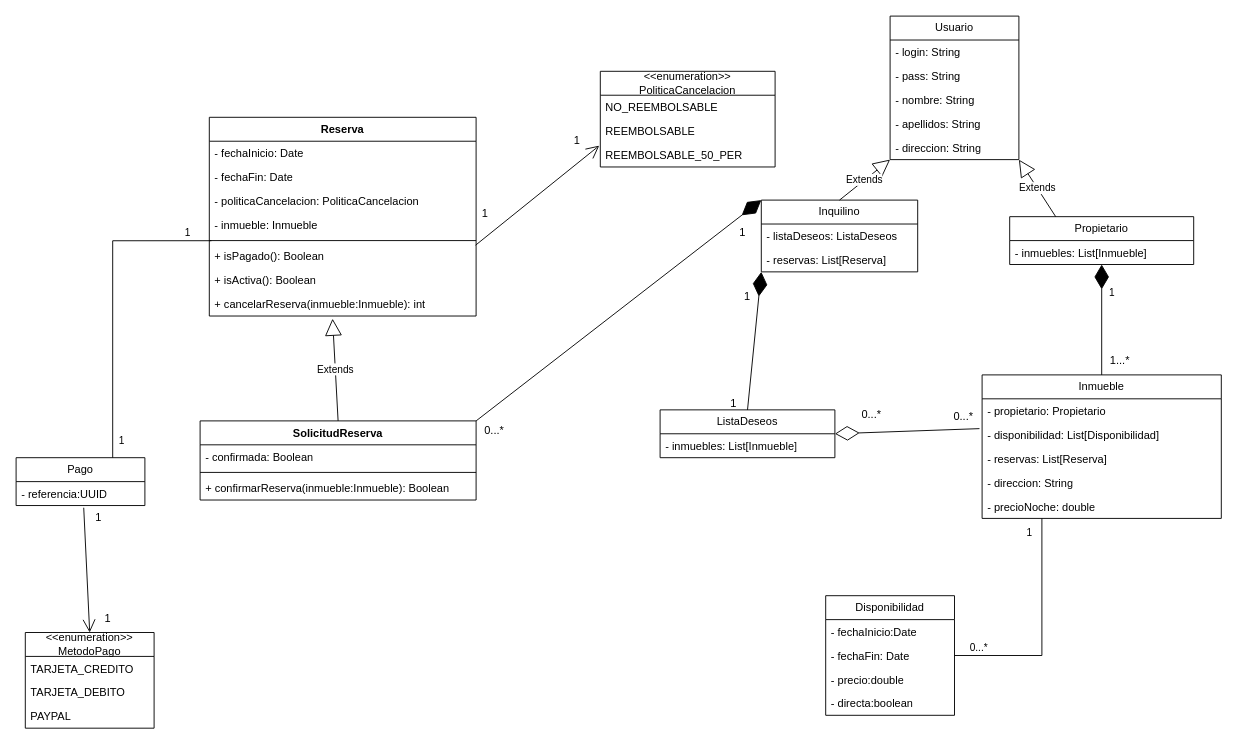
This is docs/diagrams/UML_ISO_2_P1.drawio from Aarc0/Software-Solutions, a draw.io file, before an edit. Source tidied: cells renumbered, new cells numbered last; positions are measured from the earlier drawing's top-left corner, leaving out a move shared by most shapes. Both pictures are drawn from the tidied source at 92%, with x=0, y=0 at pixel (16, 16).
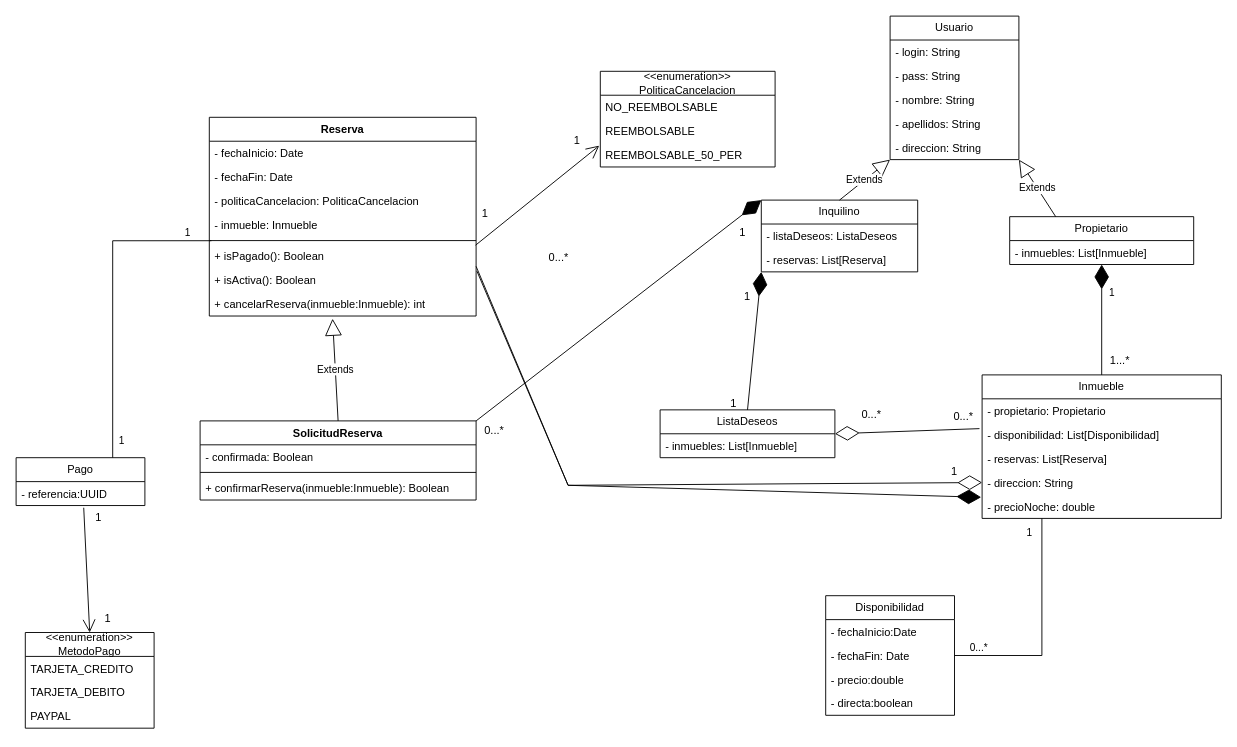
Above is the later version.

Commit message:
UML pending for review

Unchanged cells that the change refers to:
```xml
<mxCell id="15" value="Inmueble" style="swimlane;fontStyle=0;horizontal=1;startSize=26;fillColor=none;whiteSpace=wrap;html=1;" parent="1" vertex="1">
  <mxGeometry x="1050" y="390" width="260" height="156" as="geometry" />
</mxCell>
<mxCell id="20" value="- precioNoche: double" style="text;strokeColor=none;fillColor=none;align=left;verticalAlign=top;spacingLeft=4;spacingRight=4;overflow=hidden;points=[[0,0.5],[1,0.5]];portConstraint=eastwest;whiteSpace=wrap;html=1;" parent="15" vertex="1">
  <mxGeometry y="130" width="260" height="26" as="geometry" />
</mxCell>
<mxCell id="25" value="Reserva" style="swimlane;fontStyle=1;align=center;verticalAlign=top;horizontal=1;startSize=26;whiteSpace=wrap;html=1;" parent="1" vertex="1">
  <mxGeometry x="210" y="110" width="290" height="216" as="geometry" />
</mxCell>
<mxCell id="32" value="+ isActiva(): Boolean" style="text;strokeColor=none;fillColor=none;align=left;verticalAlign=top;spacingLeft=4;spacingRight=4;overflow=hidden;points=[[0,0.5],[1,0.5]];portConstraint=eastwest;whiteSpace=wrap;html=1;" parent="25" vertex="1">
  <mxGeometry y="164" width="290" height="26" as="geometry" />
</mxCell>
```

Diff of the diagram source:
```diff
@@
+    <mxCell id="76" style="endArrow=diamondThin;endFill=0;endSize=24;html=1;rounded=0;exitX=1;exitY=0.75;exitDx=0;exitDy=0;entryX=0;entryY=0.75;entryDx=0;entryDy=0;" parent="1" edge="1" source="25" target="15">
+      <mxGeometry x="-0.14" relative="1" as="geometry">
+        <Array as="points">
+          <mxPoint x="600" y="510" />
+        </Array>
+      </mxGeometry>
+    </mxCell>
+    <mxCell id="77" value="0...*" style="text;html=1;whiteSpace=wrap;strokeColor=none;fillColor=none;align=center;verticalAlign=middle;rounded=0;" parent="1" vertex="1">
+      <mxGeometry x="560" y="248" width="60" height="30" as="geometry" />
+    </mxCell>
+    <mxCell id="78" value="1" style="text;html=1;whiteSpace=wrap;strokeColor=none;fillColor=none;align=center;verticalAlign=middle;rounded=0;" parent="1" vertex="1">
+      <mxGeometry x="990" y="480" width="60" height="30" as="geometry" />
+    </mxCell>
+    <mxCell id="79" style="endArrow=diamondThin;endFill=1;endSize=24;html=1;rounded=0;exitX=1.003;exitY=0.121;exitDx=0;exitDy=0;exitPerimeter=0;entryX=-0.004;entryY=0.115;entryDx=0;entryDy=0;entryPerimeter=0;" parent="1" edge="1" source="32" target="20">
+      <mxGeometry x="-0.45" relative="1" as="geometry">
+        <Array as="points">
+          <mxPoint x="600" y="510" />
+        </Array>
+      </mxGeometry>
+    </mxCell>
```
